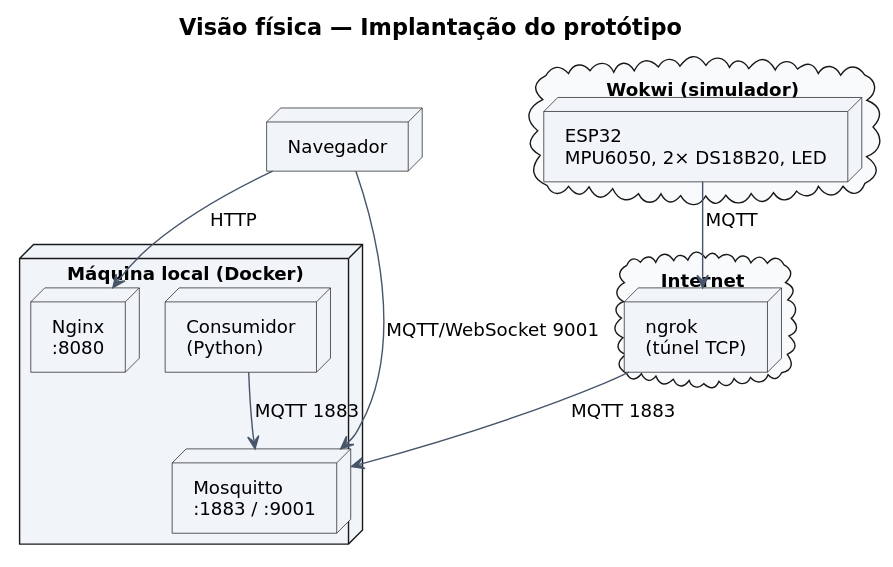
Before: docs/diagramas/svg/fisica.svg, a diagram exported from PlantUML (UFG-INF-SSU-2026/swifties). Its diagram source:
```plantuml
@startuml
!include _estilo.iuml
title Visão física — Implantação do protótipo

cloud "Wokwi (simulador)" {
  node "ESP32\nMPU6050, 2× DS18B20, LED" as Esp
}

cloud "Internet" {
  node "ngrok\n(túnel TCP)" as Ngrok
}

node "Máquina local (Docker)" {
  node "Mosquitto\n:1883 / :9001" as Mosq
  node "Consumidor\n(Python)" as Cons
  node "Nginx\n:8080" as Nginx
}

node "Navegador" as Browser

Esp --> Ngrok : MQTT
Ngrok --> Mosq : MQTT 1883
Cons --> Mosq : MQTT 1883
Browser --> Nginx : HTTP
Browser --> Mosq : MQTT/WebSocket 9001
@enduml
```
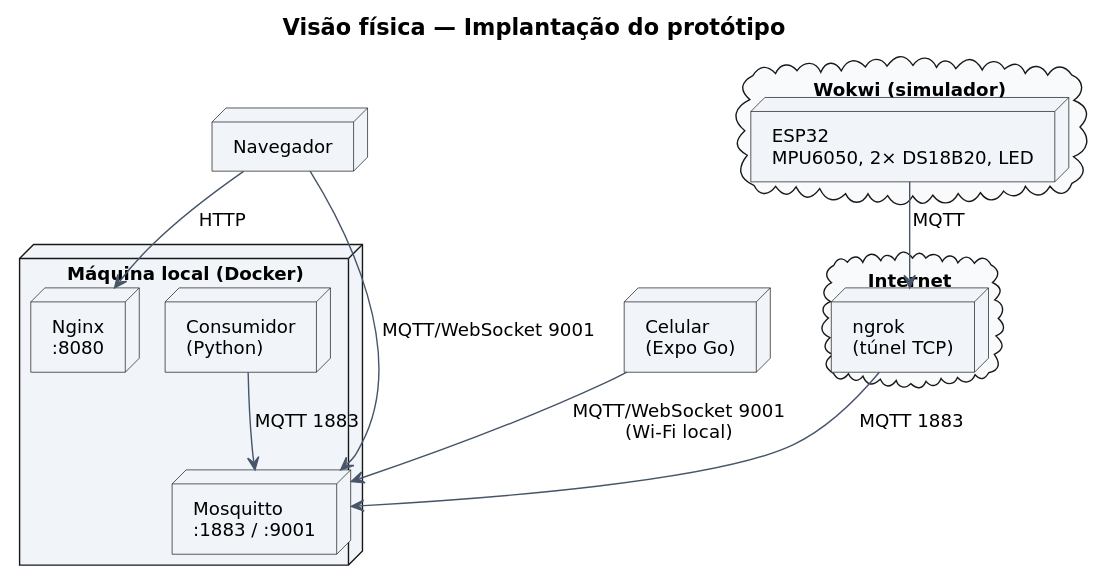
The same file after the commit.

The edit, as a diff of the source:
```diff
@@ -17,10 +17,12 @@
 }
 
 node "Navegador" as Browser
+node "Celular\n(Expo Go)" as Phone
 
 Esp --> Ngrok : MQTT
 Ngrok --> Mosq : MQTT 1883
 Cons --> Mosq : MQTT 1883
 Browser --> Nginx : HTTP
 Browser --> Mosq : MQTT/WebSocket 9001
+Phone --> Mosq : MQTT/WebSocket 9001\n(Wi-Fi local)
 @enduml
```
